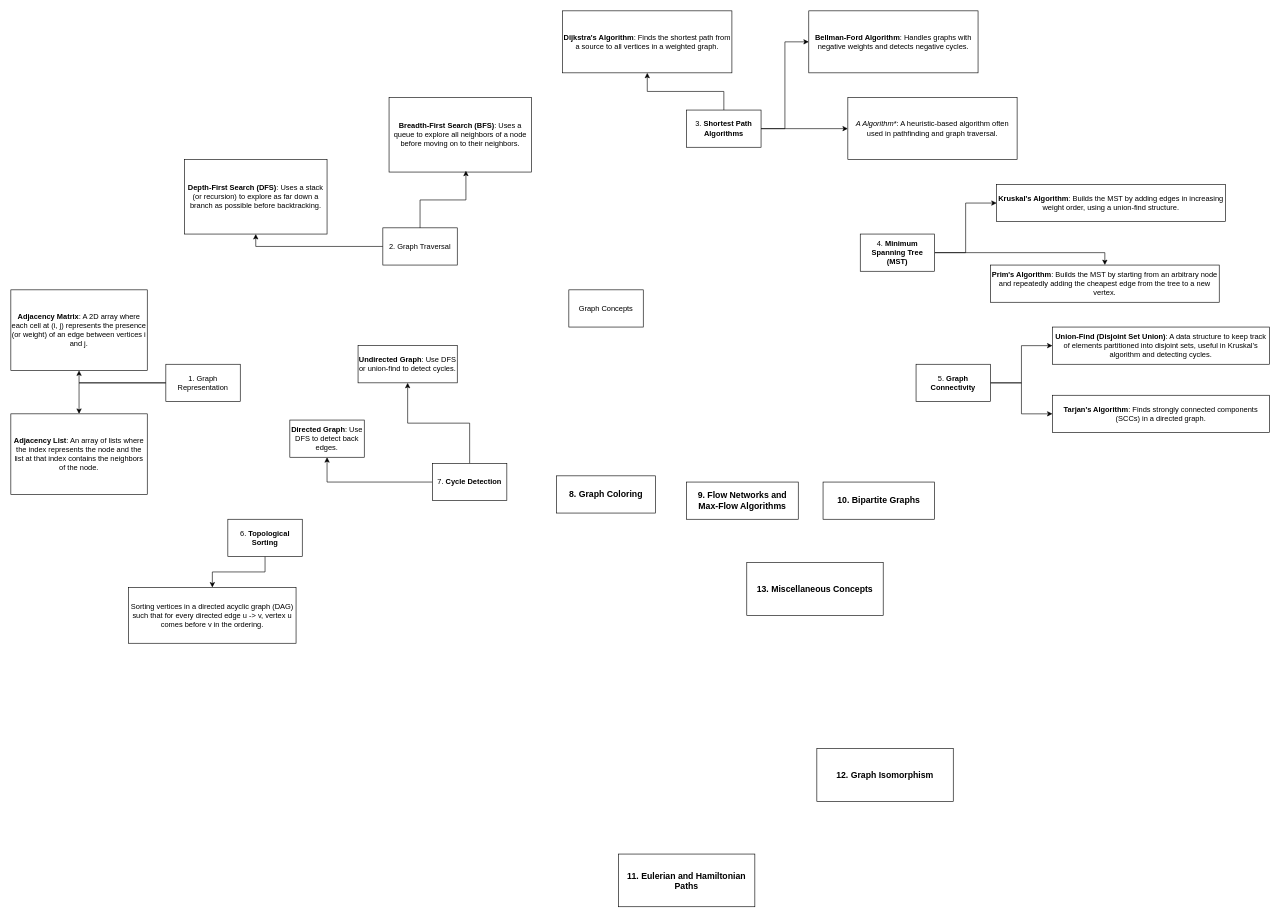
This is graphsconcepts.drawio from KaidenCoder/DrawIORepo, a draw.io file, before an edit. Source tidied: cells renumbered, new cells numbered last; positions are measured from the earlier drawing's top-left corner, leaving out a move shared by most shapes. Both pictures are drawn from the tidied source at 62%, with x=0, y=0 at pixel (11, 11).
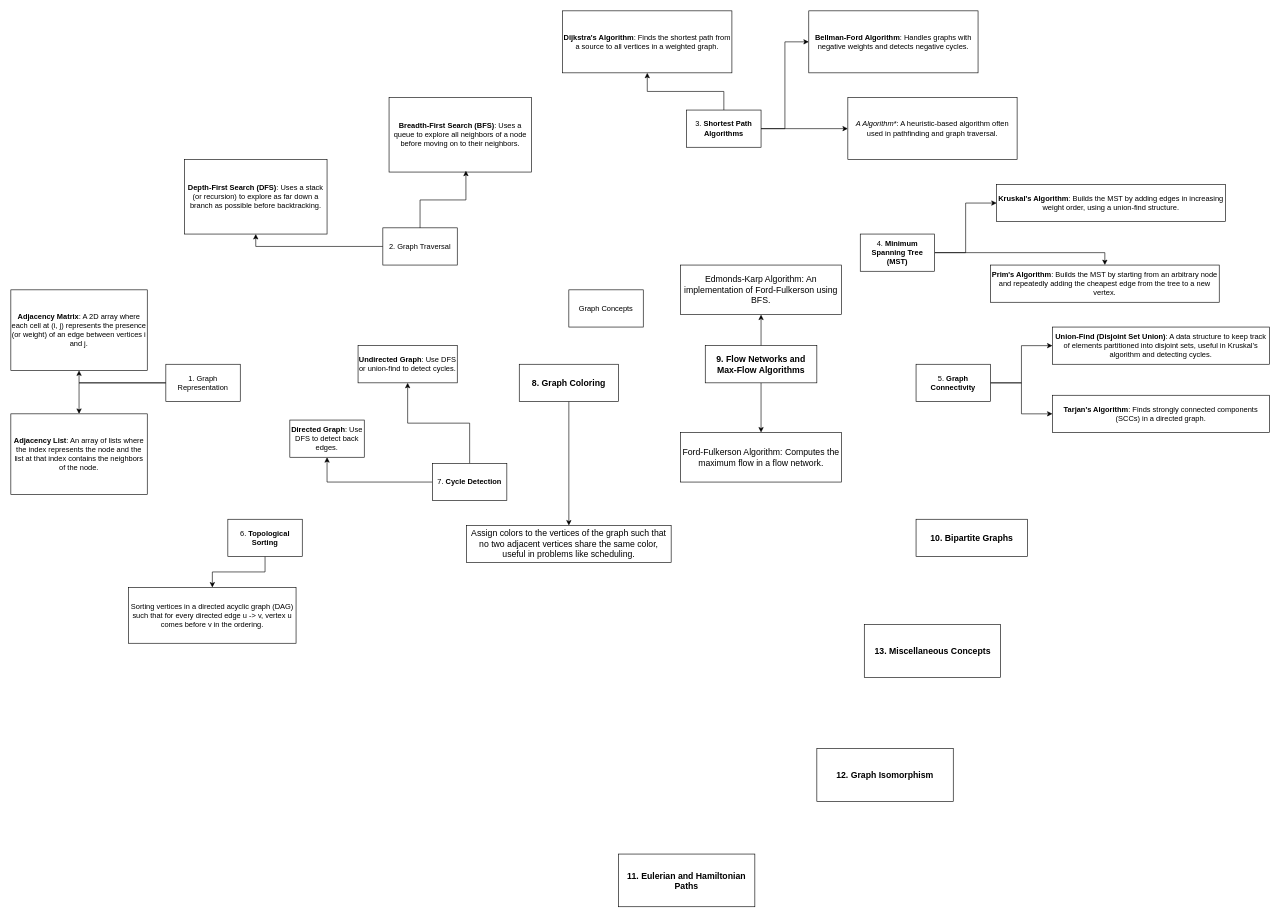
The same page after the edit.

Change to the diagram source:
```diff
@@
+    <mxCell id="44" style="edgeStyle=orthogonalEdgeStyle;rounded=0;jettySize=auto;html=1;" parent="1" edge="1" source="23" target="47">
+      <mxGeometry relative="1" as="geometry" />
+    </mxCell>
     <mxCell id="23" value="&lt;h3&gt;8. &lt;strong&gt;Graph Coloring&lt;/strong&gt;&lt;/h3&gt;" style="rounded=0;whiteSpace=wrap;html=1;" parent="1" vertex="1">
-      <mxGeometry x="880" y="750" width="160" height="60" as="geometry" />
+      <mxGeometry x="820" y="570" width="160" height="60" as="geometry" />
     </mxCell>
+    <mxCell id="45" style="edgeStyle=orthogonalEdgeStyle;rounded=0;jettySize=auto;html=1;" parent="1" edge="1" source="24" target="49">
+      <mxGeometry relative="1" as="geometry" />
+    </mxCell>
+    <mxCell id="46" style="edgeStyle=orthogonalEdgeStyle;rounded=0;jettySize=auto;html=1;" parent="1" edge="1" source="24" target="48">
+      <mxGeometry relative="1" as="geometry" />
+    </mxCell>
     <mxCell id="24" value="&lt;h3&gt;9. &lt;strong&gt;Flow Networks and Max-Flow Algorithms&lt;/strong&gt;&lt;br&gt;&lt;/h3&gt;" style="rounded=0;whiteSpace=wrap;html=1;" parent="1" vertex="1">
-      <mxGeometry x="1090" y="760" width="180" height="60" as="geometry" />
+      <mxGeometry x="1120" y="540" width="180" height="60" as="geometry" />
     </mxCell>
     <mxCell id="25" value="&lt;h3&gt;10. &lt;strong&gt;Bipartite Graphs&lt;/strong&gt;&lt;br&gt;&lt;/h3&gt;" style="rounded=0;whiteSpace=wrap;html=1;" parent="1" vertex="1">
-      <mxGeometry x="1310" y="760" width="180" height="60" as="geometry" />
+      <mxGeometry x="1460" y="820" width="180" height="60" as="geometry" />
     </mxCell>
@@
     <mxCell id="28" value="&lt;h3&gt;13. &lt;strong&gt;Miscellaneous Concepts&lt;/strong&gt;&lt;br&gt;&lt;/h3&gt;" style="rounded=0;whiteSpace=wrap;html=1;" parent="1" vertex="1">
-      <mxGeometry x="1187" y="890" width="220" height="85" as="geometry" />
+      <mxGeometry x="1376.5" y="990" width="220" height="85" as="geometry" />
     </mxCell>
@@
+    <mxCell id="47" value="&lt;h3&gt;&lt;span style=&quot;font-weight: normal;&quot;&gt;Assign colors to the vertices of the graph such that no two adjacent vertices share the same color, useful in problems like scheduling.&lt;/span&gt;&lt;br&gt;&lt;/h3&gt;" style="rounded=0;whiteSpace=wrap;html=1;" parent="1" vertex="1">
+      <mxGeometry x="735" y="830" width="330" height="60" as="geometry" />
+    </mxCell>
+    <mxCell id="48" value="&lt;h3&gt;&lt;span style=&quot;font-weight: normal;&quot;&gt;Ford-Fulkerson Algorithm: Computes the maximum flow in a flow network.&lt;/span&gt;&lt;br&gt;&lt;/h3&gt;" style="rounded=0;whiteSpace=wrap;html=1;" parent="1" vertex="1">
+      <mxGeometry x="1080" y="680" width="260" height="80" as="geometry" />
+    </mxCell>
+    <mxCell id="49" value="&lt;h3&gt;&lt;span style=&quot;font-weight: normal;&quot;&gt;Edmonds-Karp Algorithm: An implementation of Ford-Fulkerson using BFS.&lt;/span&gt;&lt;br&gt;&lt;/h3&gt;" style="rounded=0;whiteSpace=wrap;html=1;" parent="1" vertex="1">
+      <mxGeometry x="1080" y="410" width="260" height="80" as="geometry" />
+    </mxCell>
```
